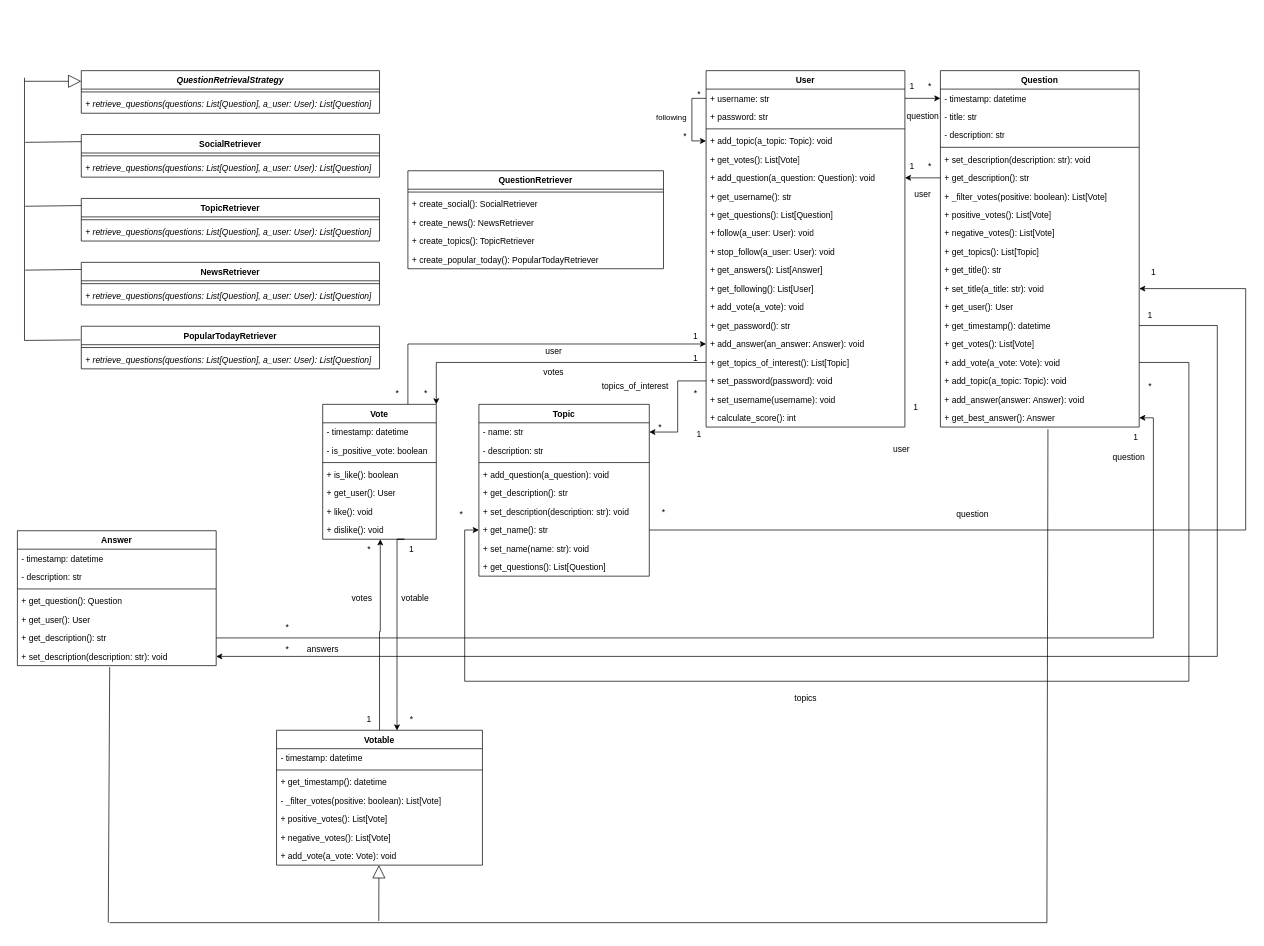
The draw.io diagram CuOOraModels.drawio in josemicode/cuOOra, before the edit. Source tidied: cells renumbered, new cells numbered last; positions are measured from the earlier drawing's top-left corner, leaving out a move shared by most shapes. Both pictures are drawn from the tidied source at 71%, with x=0, y=0 at pixel (17, 70).
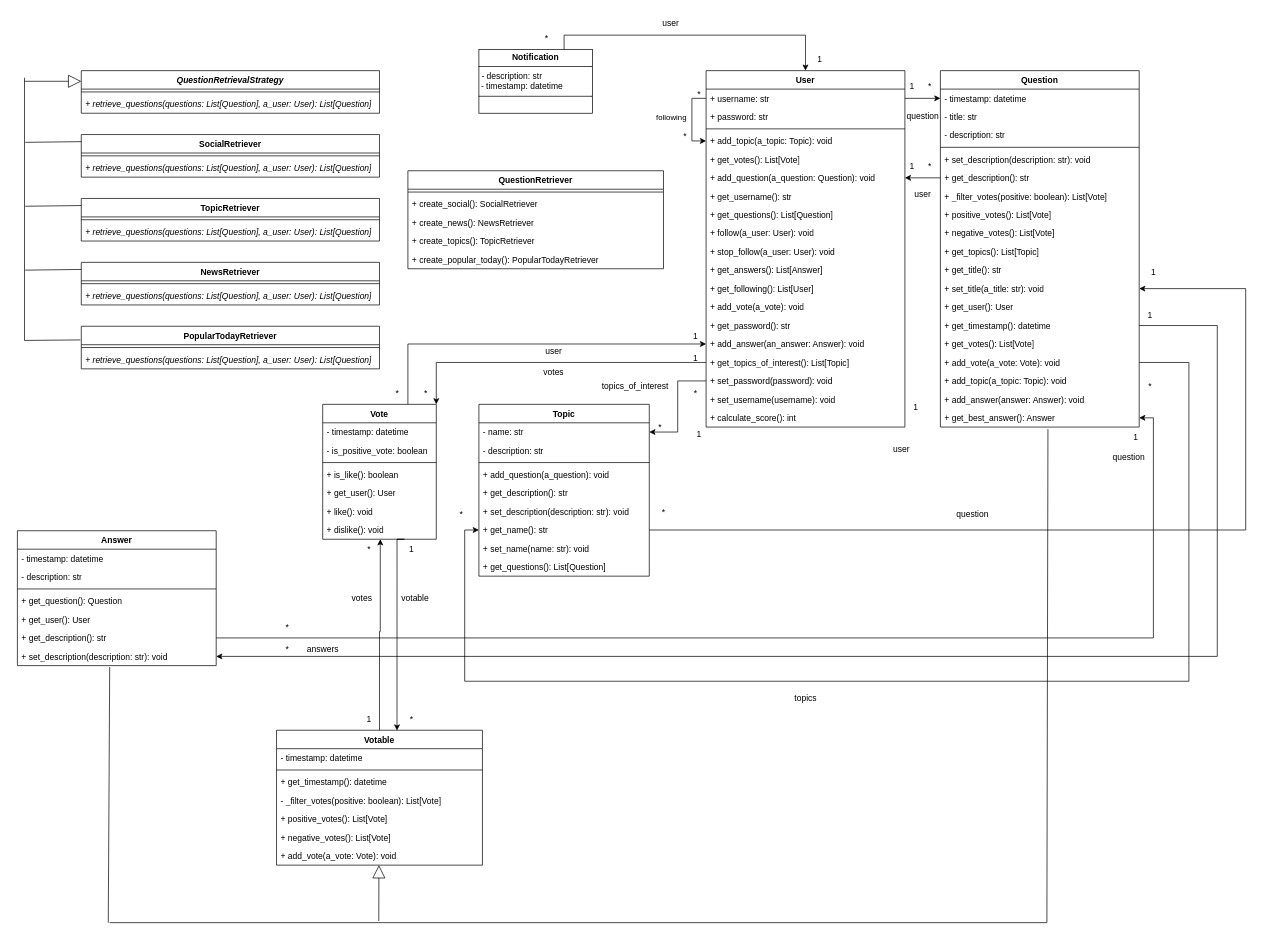
Above is the later version.

The change refers to these unchanged cells:
```xml
<mxCell id="25" value="User" style="swimlane;fontStyle=1;align=center;verticalAlign=top;horizontal=1;startSize=26;whiteSpace=wrap;html=1;" parent="1" vertex="1">
  <mxGeometry x="970" width="280" height="502" as="geometry" />
</mxCell>
```

Change to the diagram source:
```diff
@@
+    <mxCell id="158" style="edgeStyle=orthogonalEdgeStyle;rounded=0;jettySize=auto;html=1;exitX=0.75;exitY=0;exitDx=0;exitDy=0;entryX=0.5;entryY=0;entryDx=0;entryDy=0;" parent="1" edge="1" source="159" target="25">
+      <mxGeometry relative="1" as="geometry" />
+    </mxCell>
+    <mxCell id="159" value="&lt;p style=&quot;margin:0px;margin-top:4px;text-align:center;&quot;&gt;&lt;b&gt;Notification&lt;/b&gt;&lt;/p&gt;&lt;hr size=&quot;1&quot; style=&quot;border-style:solid;&quot;&gt;&lt;p style=&quot;margin:0px;margin-left:4px;&quot;&gt;- description: str&lt;/p&gt;&amp;nbsp;- timestamp: datetime&lt;br&gt;&lt;hr size=&quot;1&quot; style=&quot;border-style:solid;&quot;&gt;&lt;p style=&quot;margin:0px;margin-left:4px;&quot;&gt;&lt;br&gt;&lt;/p&gt;&lt;p style=&quot;margin:0px;margin-left:4px;&quot;&gt;&lt;br&gt;&lt;/p&gt;" style="verticalAlign=top;align=left;overflow=fill;html=1;whiteSpace=wrap;" parent="1" vertex="1">
+      <mxGeometry x="650" y="-30" width="160" height="90" as="geometry" />
+    </mxCell>
+    <mxCell id="160" value="user" style="text;html=1;align=center;verticalAlign=middle;strokeColor=none;fillColor=none;" parent="1" vertex="1">
+      <mxGeometry x="895" y="-82" width="50" height="30" as="geometry" />
+    </mxCell>
+    <mxCell id="161" value="*" style="text;html=1;align=center;verticalAlign=middle;strokeColor=none;fillColor=none;" parent="1" vertex="1">
+      <mxGeometry x="730" y="-60" width="30" height="30" as="geometry" />
+    </mxCell>
+    <mxCell id="162" value="1" style="text;html=1;align=center;verticalAlign=middle;strokeColor=none;fillColor=none;" parent="1" vertex="1">
+      <mxGeometry x="1115" y="-30" width="30" height="30" as="geometry" />
+    </mxCell>
```
